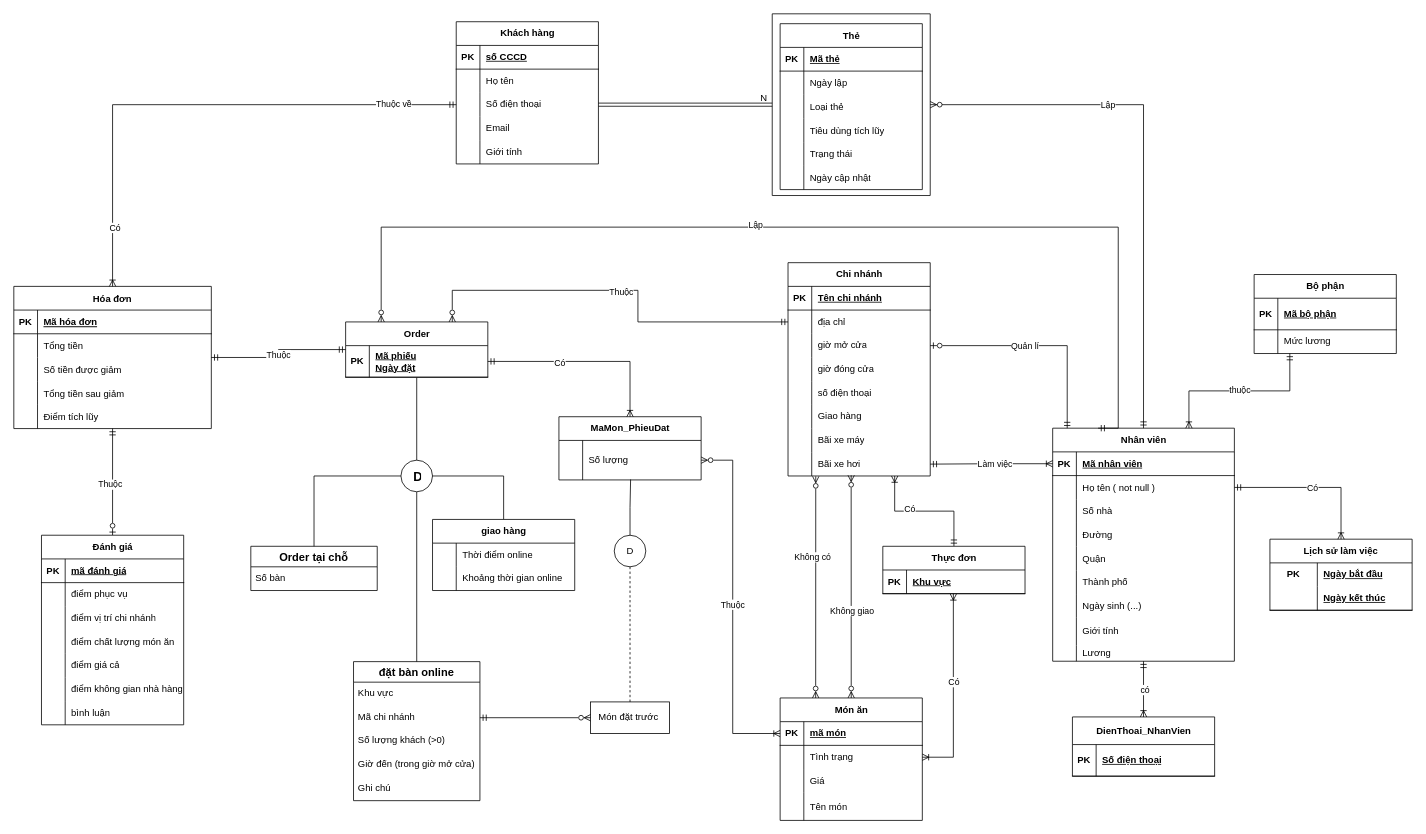
This is ER-SecondHalf.drawio from botbienn/Do-an-sushi-CSDL-22-1-nhom-10, a draw.io file, before an edit. Source tidied: cells renumbered, new cells numbered last; positions are measured from the earlier drawing's top-left corner, leaving out a move shared by most shapes. Both pictures are drawn from the tidied source at 79%, with x=0, y=0 at pixel (13, 13).
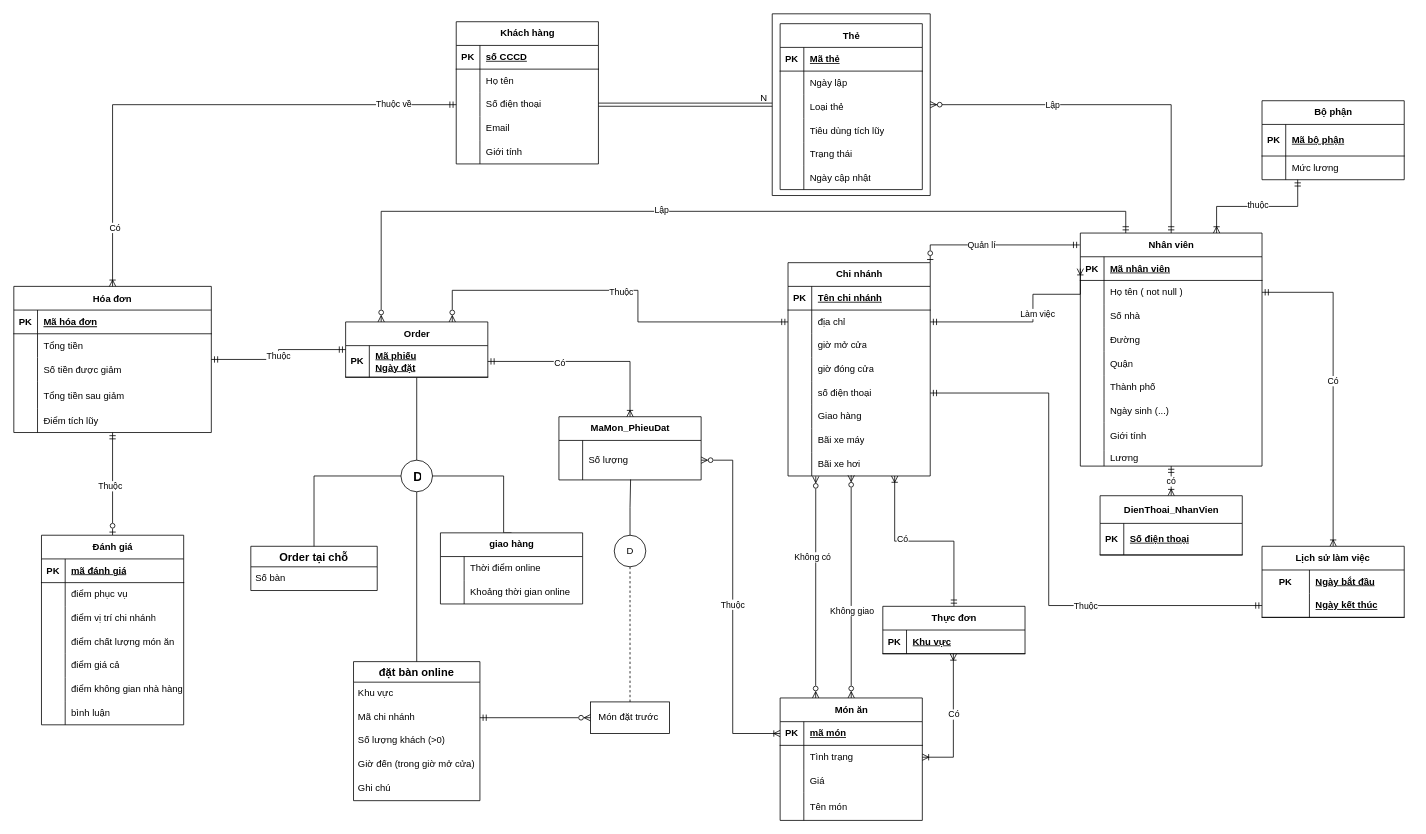
Above is the later version.

Unchanged cells that the change refers to:
```xml
<mxCell id="62" style="shape=tableRow;horizontal=0;startSize=0;swimlaneHead=0;swimlaneBody=0;fillColor=none;points=[[0,0.5],[1,0.5]];portConstraint=eastwest;top=0;left=0;right=0;bottom=1;" parent="61" vertex="1">
  <mxGeometry y="30" width="230" height="30" as="geometry" />
</mxCell>
<mxCell id="65" style="shape=tableRow;horizontal=0;startSize=0;swimlaneHead=0;swimlaneBody=0;fillColor=none;points=[[0,0.5],[1,0.5]];portConstraint=eastwest;top=0;left=0;right=0;bottom=0;" parent="61" vertex="1">
  <mxGeometry y="60" width="230" height="30" as="geometry" />
</mxCell>
<mxCell id="104" value="Chi nhánh" style="shape=table;startSize=30;childLayout=tableLayout;rowLines=0;fontStyle=1;align=center;html=1;" parent="1" vertex="1">
  <mxGeometry x="980" y="315" width="180" height="270" as="geometry" />
</mxCell>
<mxCell id="108" style="shape=tableRow;horizontal=0;startSize=0;swimlaneHead=0;swimlaneBody=0;fillColor=none;points=[[0,0.5],[1,0.5]];portConstraint=eastwest;top=0;left=0;right=0;bottom=0;" parent="104" vertex="1">
  <mxGeometry y="60" width="180" height="30" as="geometry" />
</mxCell>
<mxCell id="111" style="shape=tableRow;horizontal=0;startSize=0;swimlaneHead=0;swimlaneBody=0;fillColor=none;points=[[0,0.5],[1,0.5]];portConstraint=eastwest;top=0;left=0;right=0;bottom=0;" parent="104" vertex="1">
  <mxGeometry y="90" width="180" height="30" as="geometry" />
</mxCell>
<mxCell id="117" style="shape=tableRow;horizontal=0;startSize=0;swimlaneHead=0;swimlaneBody=0;fillColor=none;points=[[0,0.5],[1,0.5]];portConstraint=eastwest;top=0;left=0;right=0;bottom=0;" parent="104" vertex="1">
  <mxGeometry y="150" width="180" height="30" as="geometry" />
</mxCell>
<mxCell id="126" style="shape=tableRow;horizontal=0;startSize=0;swimlaneHead=0;swimlaneBody=0;fillColor=none;points=[[0,0.5],[1,0.5]];portConstraint=eastwest;top=0;left=0;right=0;bottom=0;" parent="104" vertex="1">
  <mxGeometry y="240" width="180" height="30" as="geometry" />
</mxCell>
<mxCell id="136" value="Order" style="shape=table;startSize=30;childLayout=tableLayout;rowLines=0;fontStyle=1;align=center;html=1;" parent="1" vertex="1">
  <mxGeometry x="420" y="390" width="180" height="70" as="geometry" />
</mxCell>
<mxCell id="230" style="shape=tableRow;horizontal=0;startSize=0;swimlaneHead=0;swimlaneBody=0;fillColor=none;points=[[0,0.5],[1,0.5]];portConstraint=eastwest;top=0;left=0;right=0;bottom=1;html=1;" parent="226" vertex="1">
  <mxGeometry y="60" width="180" height="30" as="geometry" />
</mxCell>
```

The edit, as a diff of the source:
```diff
@@
     <mxCell id="4" value="Hóa đơn" style="shape=table;startSize=30;childLayout=tableLayout;rowLines=0;fontStyle=1;align=center;" parent="1" vertex="1">
-      <mxGeometry y="345" width="250" height="180" as="geometry" />
+      <mxGeometry y="345" width="250" height="185" as="geometry" />
     </mxCell>
@@
     <mxCell id="14" style="shape=partialRectangle;fillColor=none;top=0;left=0;right=0;bottom=0;" parent="4" vertex="1">
-      <mxGeometry y="120" width="250" height="30" as="geometry" />
+      <mxGeometry y="120" width="250" height="35" as="geometry" />
     </mxCell>
     <mxCell id="15" style="shape=partialRectangle;overflow=hidden;fillColor=none;top=0;left=0;bottom=0;right=0;" parent="14" vertex="1">
-      <mxGeometry width="30" height="30" as="geometry" />
+      <mxGeometry width="30" height="35" as="geometry" />
     </mxCell>
     <mxCell id="16" value="Tổng tiền sau giảm" style="shape=partialRectangle;overflow=hidden;fillColor=none;top=0;left=0;bottom=0;right=0;align=left;spacingLeft=6;" parent="14" vertex="1">
-      <mxGeometry x="30" width="220" height="30" as="geometry" />
+      <mxGeometry x="30" width="220" height="35" as="geometry" />
     </mxCell>
     <mxCell id="17" style="shape=partialRectangle;fillColor=none;top=0;left=0;right=0;bottom=0;" parent="4" vertex="1">
-      <mxGeometry y="150" width="250" height="30" as="geometry" />
+      <mxGeometry y="155" width="250" height="30" as="geometry" />
     </mxCell>
@@
-    <mxCell id="59" style="edgeStyle=orthogonalEdgeStyle;rounded=0;jettySize=auto;html=1;endArrow=ERzeroToOne;endFill=0;startArrow=ERmandOne;startFill=0;exitX=0.08;exitY=0.002;exitDx=0;exitDy=0;entryX=1;entryY=0.5;entryDx=0;entryDy=0;exitPerimeter=0;" parent="1" edge="1" source="61" target="111">
+    <mxCell id="59" style="edgeStyle=orthogonalEdgeStyle;rounded=0;jettySize=auto;html=1;endArrow=ERzeroToOne;endFill=0;startArrow=ERmandOne;startFill=0;exitX=-0.003;exitY=0.051;exitDx=0;exitDy=0;entryX=1;entryY=0;entryDx=0;entryDy=0;exitPerimeter=0;" parent="1" edge="1" source="61" target="104">
       <mxGeometry relative="1" as="geometry" />
     </mxCell>
@@
     <mxCell id="61" value="Nhân viên" style="shape=table;startSize=30;childLayout=tableLayout;rowLines=0;fontStyle=1;align=center;html=1;" parent="1" vertex="1">
-      <mxGeometry x="1315" y="524.5" width="230" height="295" as="geometry" />
+      <mxGeometry x="1350" y="277.5" width="230" height="295" as="geometry" />
     </mxCell>
@@
     <mxCell id="91" value="Bộ phận" style="shape=table;startSize=30;childLayout=tableLayout;rowLines=0;fontStyle=1;align=center;html=1;" parent="1" vertex="1">
-      <mxGeometry x="1570" y="330" width="180" height="100" as="geometry" />
+      <mxGeometry x="1580" y="110" width="180" height="100" as="geometry" />
     </mxCell>
@@
     <mxCell id="100" value="DienThoai_NhanVien" style="shape=table;startSize=35;childLayout=tableLayout;rowLines=0;fontStyle=1;align=center;html=1;" parent="1" vertex="1">
-      <mxGeometry x="1340" y="890" width="180" height="75" as="geometry" />
+      <mxGeometry x="1375" y="610" width="180" height="75" as="geometry" />
     </mxCell>
@@
-    <mxCell id="152" style="edgeStyle=orthogonalEdgeStyle;rounded=0;jettySize=auto;html=1;endArrow=ERmandOne;endFill=0;startArrow=ERoneToMany;startFill=0;entryX=1;entryY=0.5;entryDx=0;entryDy=0;exitX=0;exitY=0.5;exitDx=0;exitDy=0;" parent="1" edge="1" source="62" target="126">
-      <mxGeometry relative="1" as="geometry" />
+    <mxCell id="152" style="edgeStyle=orthogonalEdgeStyle;rounded=0;jettySize=auto;html=1;endArrow=ERmandOne;endFill=0;startArrow=ERoneToMany;startFill=0;entryX=1;entryY=0.5;entryDx=0;entryDy=0;exitX=0;exitY=0.5;exitDx=0;exitDy=0;" parent="1" edge="1" source="62" target="108">
+      <mxGeometry relative="1" as="geometry">
+        <Array as="points">
+          <mxPoint x="1350" y="355" />
+          <mxPoint x="1290" y="355" />
+          <mxPoint x="1290" y="390" />
+        </Array>
+      </mxGeometry>
     </mxCell>
@@
     <mxCell id="154" value="Thực đơn" style="shape=table;startSize=30;childLayout=tableLayout;rowLines=0;fontStyle=1;align=center;html=1;" parent="1" vertex="1">
-      <mxGeometry x="1100" y="674" width="180" height="60" as="geometry" />
+      <mxGeometry x="1100" y="750" width="180" height="60" as="geometry" />
     </mxCell>
@@
-    <mxCell id="203" style="edgeStyle=orthogonalEdgeStyle;fontSize=12;html=1;endArrow=ERmandOne;endFill=0;rounded=0;exitX=0.25;exitY=0;exitDx=0;exitDy=0;entryX=0.25;entryY=0;entryDx=0;entryDy=0;startArrow=ERzeroToMany;startFill=0;" parent="1" edge="1" source="136" target="61">
+    <mxCell id="203" style="edgeStyle=orthogonalEdgeStyle;fontSize=12;html=1;endArrow=ERmandOne;endFill=0;rounded=0;exitX=0.25;exitY=0;exitDx=0;exitDy=0;startArrow=ERzeroToMany;startFill=0;entryX=0.25;entryY=0;entryDx=0;entryDy=0;" parent="1" edge="1" source="136" target="61">
       <mxGeometry relative="1" as="geometry">
         <Array as="points">
-          <mxPoint x="465" y="270" />
-          <mxPoint x="1398" y="270" />
+          <mxPoint x="465" y="250" />
+          <mxPoint x="1408" y="250" />
         </Array>
       </mxGeometry>
     </mxCell>
@@
     <mxCell id="214" value="giao hàng" style="shape=table;startSize=30;childLayout=tableLayout;rowLines=0;fontStyle=1;align=center;html=1;" parent="1" vertex="1">
-      <mxGeometry x="530" y="640" width="180" height="90" as="geometry" />
+      <mxGeometry x="540" y="657" width="180" height="90" as="geometry" />
     </mxCell>
@@
+    <mxCell id="233" style="edgeStyle=orthogonalEdgeStyle;fontSize=12;html=1;endArrow=ERoneToMany;endFill=0;rounded=0;entryX=0.5;entryY=0;entryDx=0;entryDy=0;exitX=1;exitY=0.5;exitDx=0;exitDy=0;startArrow=ERmandOne;startFill=0;" parent="1" edge="1" source="65" target="226">
+      <mxGeometry relative="1" as="geometry" />
+    </mxCell>
+    <mxCell id="234" value="Có" style="edgeLabel;html=1;align=center;verticalAlign=middle;" parent="233" vertex="1">
+      <mxGeometry x="-0.02" y="-1" relative="1" as="geometry" />
+    </mxCell>
     <mxCell id="226" value="Lịch sử làm việc" style="shape=table;startSize=30;childLayout=tableLayout;rowLines=0;fontStyle=1;align=center;html=1;whiteSpace=wrap;" parent="1" vertex="1">
-      <mxGeometry x="1590" y="665" width="180" height="90" as="geometry" />
+      <mxGeometry x="1580" y="674" width="180" height="90" as="geometry" />
     </mxCell>
@@
-    <mxCell id="233" style="edgeStyle=orthogonalEdgeStyle;fontSize=12;html=1;endArrow=ERoneToMany;endFill=0;rounded=0;entryX=0.5;entryY=0;entryDx=0;entryDy=0;exitX=1;exitY=0.5;exitDx=0;exitDy=0;startArrow=ERmandOne;startFill=0;" parent="1" edge="1" source="65" target="226">
-      <mxGeometry relative="1" as="geometry" />
-    </mxCell>
-    <mxCell id="234" value="Có" style="edgeLabel;html=1;align=center;verticalAlign=middle;" parent="233" vertex="1">
-      <mxGeometry x="-0.02" y="-1" relative="1" as="geometry" />
-    </mxCell>
+    <mxCell id="235" style="edgeStyle=orthogonalEdgeStyle;fontSize=12;html=1;endArrow=ERmandOne;startArrow=ERmandOne;rounded=0;entryX=0;entryY=0.5;entryDx=0;entryDy=0;exitX=1;exitY=0.5;exitDx=0;exitDy=0;" parent="1" edge="1" source="117" target="230">
+      <mxGeometry relative="1" as="geometry">
+        <Array as="points">
+          <mxPoint x="1310" y="480" />
+          <mxPoint x="1310" y="749" />
+        </Array>
+      </mxGeometry>
+    </mxCell>
+    <mxCell id="236" value="Thuộc" style="edgeLabel;html=1;align=center;verticalAlign=middle;" parent="235" vertex="1">
+      <mxGeometry x="0.35" relative="1" as="geometry" />
+    </mxCell>
```
